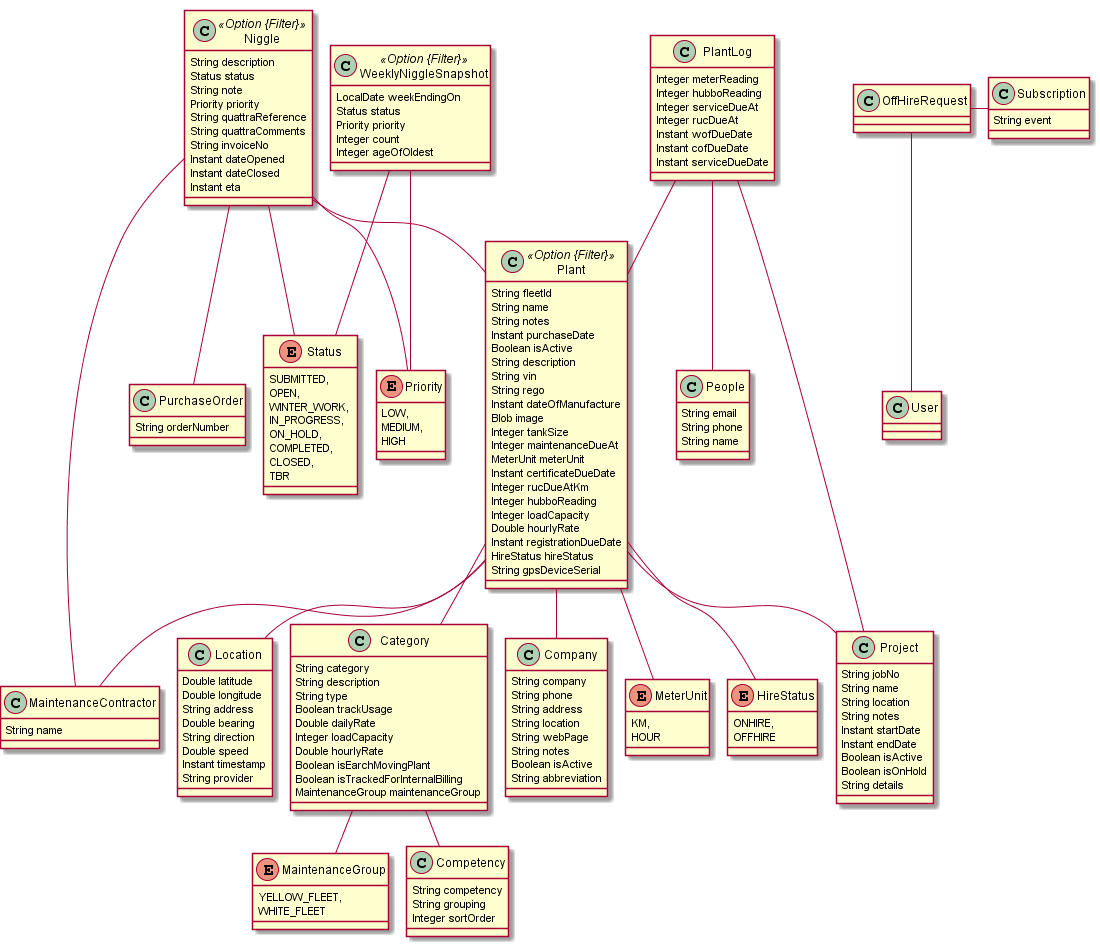
Above: jhipster-jdl.png in LIUTaichen/newShirley (PlantUML), before the change.
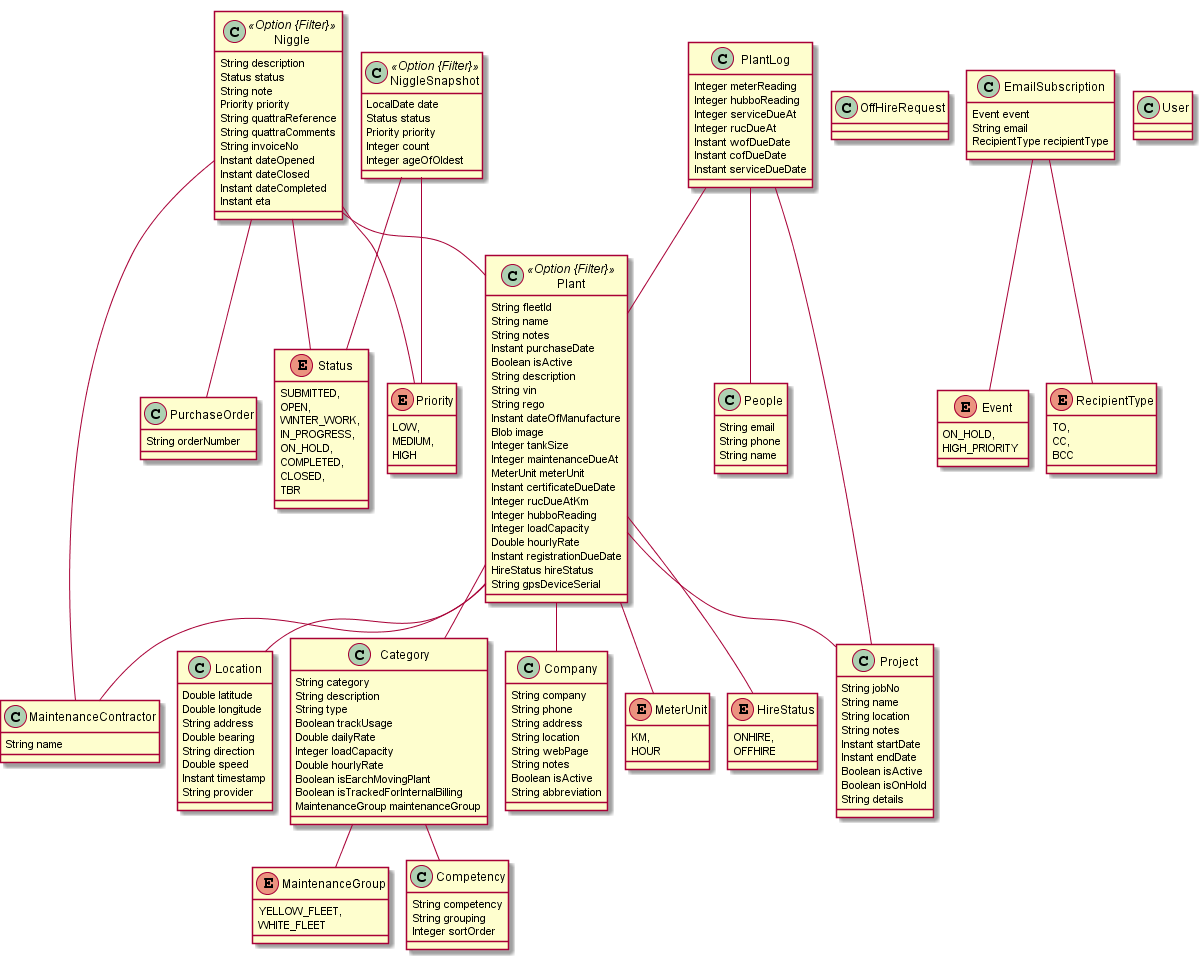
Above is the later version.

The edit, as a diff of the source:
```diff
@@ -103,6 +103,7 @@
 		String invoiceNo
 		Instant dateOpened
 		Instant dateClosed
+		Instant dateCompleted
 		Instant eta
 	}
 	Niggle ..> Status
@@ -134,17 +135,30 @@
 	class PurchaseOrder  {
 		String orderNumber
 	}
-	class WeeklyNiggleSnapshot <<Option {Filter}>> {
-		LocalDate weekEndingOn
+	class NiggleSnapshot <<Option {Filter}>> {
+		LocalDate date
 		Status status
 		Priority priority
 		Integer count
 		Integer ageOfOldest
 	}
-	WeeklyNiggleSnapshot ..> Status
-	WeeklyNiggleSnapshot ..> Priority
-	class Subscription  {
-		String event
+	NiggleSnapshot ..> Status
+	NiggleSnapshot ..> Priority
+	class EmailSubscription  {
+		Event event
+		String email
+		RecipientType recipientType
+	}
+	EmailSubscription ..> Event
+	EmailSubscription ..> RecipientType
+	enum Event {
+		ON_HOLD,
+		HIGH_PRIORITY
+	}
+	enum RecipientType {
+		TO,
+		CC,
+		BCC
 	}
 	Plant  "category 0..* " o-- "0..1 "  Category
 	Plant  "owner 0..* " o-- "0..1 "  Company
```
